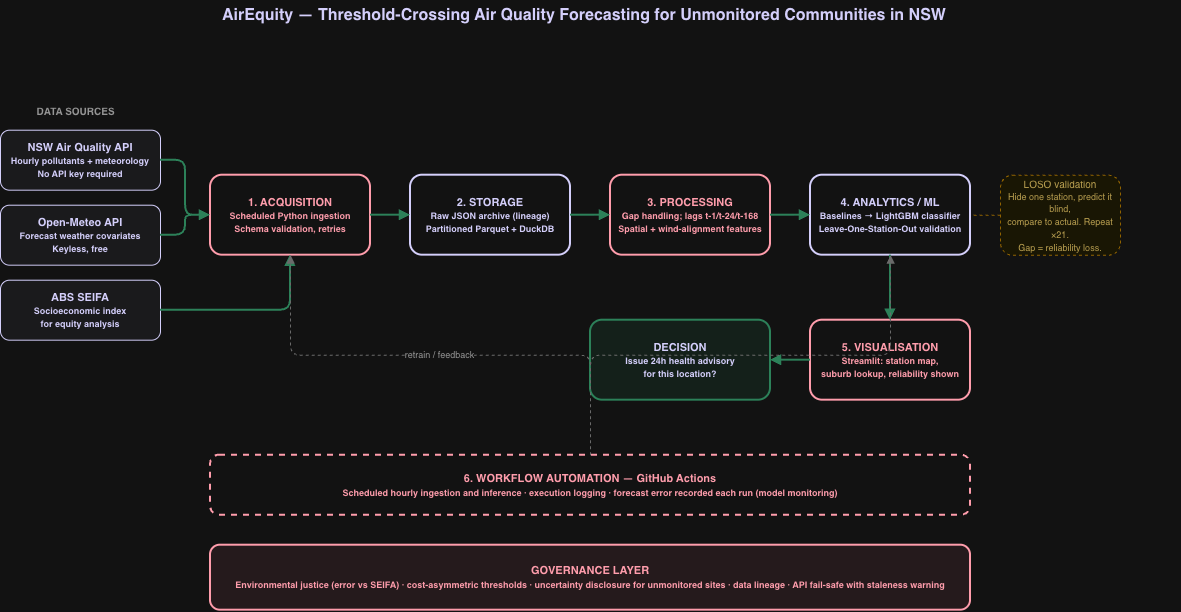
This is diagrams/AirEquity_architecture.png from ahriyad1/airequity-nsw, a draw.io export, as it was before one commit. Source tidied: cells renumbered, new cells last; positions are measured from the earlier drawing's top-left corner, leaving out a move shared by most shapes. Its diagram source:
```xml
<mxGraphModel>
  <root>
    <mxCell id="0" />
    <mxCell id="1" parent="0" />
    <mxCell id="2" value="AirEquity — Threshold-Crossing Air Quality Forecasting for Unmonitored Communities in NSW" style="text;html=1;strokeColor=none;fillColor=none;align=left;verticalAlign=middle;fontSize=16;fontStyle=1;fontColor=#1F1A4D;" parent="1" vertex="1">
      <mxGeometry x="220" width="960" height="30" as="geometry" />
    </mxCell>
    <mxCell id="3" value="DATA SOURCES" style="text;html=1;strokeColor=none;fillColor=none;align=center;verticalAlign=middle;fontSize=10;fontStyle=1;fontColor=#666666;" parent="1" vertex="1">
      <mxGeometry y="100" width="150" height="20" as="geometry" />
    </mxCell>
    <mxCell id="4" value="NSW Air Quality API&#10;&lt;font style=&quot;font-size: 9px;&quot;&gt;Hourly pollutants + meteorology&#10;No API key required&lt;/font&gt;" style="rounded=1;whiteSpace=wrap;html=1;fillColor=#f5f5f8;strokeColor=#1F1A4D;fontColor=#1F1A4D;fontSize=11;fontStyle=1;" parent="1" vertex="1">
      <mxGeometry y="130" width="160" height="60" as="geometry" />
    </mxCell>
    <mxCell id="5" value="Open-Meteo API&#10;&lt;font style=&quot;font-size: 9px;&quot;&gt;Forecast weather covariates&#10;Keyless, free&lt;/font&gt;" style="rounded=1;whiteSpace=wrap;html=1;fillColor=#f5f5f8;strokeColor=#1F1A4D;fontColor=#1F1A4D;fontSize=11;fontStyle=1;" parent="1" vertex="1">
      <mxGeometry y="205" width="160" height="60" as="geometry" />
    </mxCell>
    <mxCell id="6" value="ABS SEIFA&#10;&lt;font style=&quot;font-size: 9px;&quot;&gt;Socioeconomic index&#10;for equity analysis&lt;/font&gt;" style="rounded=1;whiteSpace=wrap;html=1;fillColor=#f5f5f8;strokeColor=#1F1A4D;fontColor=#1F1A4D;fontSize=11;fontStyle=1;" parent="1" vertex="1">
      <mxGeometry y="280" width="160" height="60" as="geometry" />
    </mxCell>
    <mxCell id="7" value="1. ACQUISITION&#10;&lt;font style=&quot;font-size: 9px;&quot;&gt;Scheduled Python ingestion&#10;Schema validation, retries&lt;/font&gt;" style="rounded=1;whiteSpace=wrap;html=1;fillColor=#ffffff;strokeColor=#B01C2E;strokeWidth=2;fontColor=#B01C2E;fontSize=11;fontStyle=1;" parent="1" vertex="1">
      <mxGeometry x="210" y="175" width="160" height="80" as="geometry" />
    </mxCell>
    <mxCell id="8" value="2. STORAGE&#10;&lt;font style=&quot;font-size: 9px;&quot;&gt;Raw JSON archive (lineage)&#10;Partitioned Parquet + DuckDB&lt;/font&gt;" style="rounded=1;whiteSpace=wrap;html=1;fillColor=#ffffff;strokeColor=#1F1A4D;strokeWidth=2;fontColor=#1F1A4D;fontSize=11;fontStyle=1;" parent="1" vertex="1">
      <mxGeometry x="410" y="175" width="160" height="80" as="geometry" />
    </mxCell>
    <mxCell id="9" value="3. PROCESSING&#10;&lt;font style=&quot;font-size: 9px;&quot;&gt;Gap handling; lags t-1/t-24/t-168&#10;Spatial + wind-alignment features&lt;/font&gt;" style="rounded=1;whiteSpace=wrap;html=1;fillColor=#ffffff;strokeColor=#B01C2E;strokeWidth=2;fontColor=#B01C2E;fontSize=11;fontStyle=1;" parent="1" vertex="1">
      <mxGeometry x="610" y="175" width="160" height="80" as="geometry" />
    </mxCell>
    <mxCell id="10" value="4. ANALYTICS / ML&#10;&lt;font style=&quot;font-size: 9px;&quot;&gt;Baselines → LightGBM classifier&#10;Leave-One-Station-Out validation&lt;/font&gt;" style="rounded=1;whiteSpace=wrap;html=1;fillColor=#ffffff;strokeColor=#1F1A4D;strokeWidth=2;fontColor=#1F1A4D;fontSize=11;fontStyle=1;" parent="1" vertex="1">
      <mxGeometry x="810" y="175" width="160" height="80" as="geometry" />
    </mxCell>
    <mxCell id="11" value="5. VISUALISATION&#10;&lt;font style=&quot;font-size: 9px;&quot;&gt;Streamlit: station map,&#10;suburb lookup, reliability shown&lt;/font&gt;" style="rounded=1;whiteSpace=wrap;html=1;fillColor=#ffffff;strokeColor=#B01C2E;strokeWidth=2;fontColor=#B01C2E;fontSize=11;fontStyle=1;" parent="1" vertex="1">
      <mxGeometry x="810" y="320" width="160" height="80" as="geometry" />
    </mxCell>
    <mxCell id="12" value="DECISION&#10;&lt;font style=&quot;font-size: 9px;&quot;&gt;Issue 24h health advisory&#10;for this location?&lt;/font&gt;" style="rounded=1;whiteSpace=wrap;html=1;fillColor=#e8f5ee;strokeColor=#4CAF80;strokeWidth=2;fontColor=#1F1A4D;fontSize=11;fontStyle=1;" parent="1" vertex="1">
      <mxGeometry x="590" y="320" width="180" height="80" as="geometry" />
    </mxCell>
    <mxCell id="13" value="6. WORKFLOW AUTOMATION — GitHub Actions&#10;&lt;font style=&quot;font-size: 9px;&quot;&gt;Scheduled hourly ingestion and inference · execution logging · forecast error recorded each run (model monitoring)&lt;/font&gt;" style="rounded=1;whiteSpace=wrap;html=1;fillColor=#ffffff;strokeColor=#B01C2E;strokeWidth=2;fontColor=#B01C2E;fontSize=11;fontStyle=1;dashed=1;" parent="1" vertex="1">
      <mxGeometry x="210" y="455" width="760" height="60" as="geometry" />
    </mxCell>
    <mxCell id="14" value="GOVERNANCE LAYER&#10;&lt;font style=&quot;font-size: 9px;&quot;&gt;Environmental justice (error vs SEIFA) · cost-asymmetric thresholds · uncertainty disclosure for unmonitored sites · data lineage · API fail-safe with staleness warning&lt;/font&gt;" style="rounded=1;whiteSpace=wrap;html=1;fillColor=#fdf0f2;strokeColor=#B01C2E;strokeWidth=2;fontColor=#B01C2E;fontSize=11;fontStyle=1;" parent="1" vertex="1">
      <mxGeometry x="210" y="545" width="760" height="65" as="geometry" />
    </mxCell>
    <mxCell id="15" value="LOSO validation&#10;&lt;font style=&quot;font-size: 9px;&quot;&gt;Hide one station, predict it blind,&#10;compare to actual. Repeat ×21.&#10;Gap = reliability loss.&lt;/font&gt;" style="rounded=1;whiteSpace=wrap;html=1;fillColor=#fffbe6;strokeColor=#D6A100;fontColor=#7a5c00;fontSize=10;dashed=1;" parent="1" vertex="1">
      <mxGeometry x="1000" y="175" width="120" height="80" as="geometry" />
    </mxCell>
    <mxCell id="16" style="edgeStyle=orthogonalEdgeStyle;rounded=1;html=1;strokeColor=#4CAF80;strokeWidth=2;endArrow=block;" parent="1" edge="1" source="4" target="7">
      <mxGeometry relative="1" as="geometry" />
    </mxCell>
    <mxCell id="17" style="edgeStyle=orthogonalEdgeStyle;rounded=1;html=1;strokeColor=#4CAF80;strokeWidth=2;endArrow=block;" parent="1" edge="1" source="5" target="7">
      <mxGeometry relative="1" as="geometry" />
    </mxCell>
    <mxCell id="18" style="edgeStyle=orthogonalEdgeStyle;rounded=1;html=1;strokeColor=#4CAF80;strokeWidth=2;endArrow=block;" parent="1" edge="1" source="6" target="7">
      <mxGeometry relative="1" as="geometry" />
    </mxCell>
    <mxCell id="19" style="edgeStyle=orthogonalEdgeStyle;rounded=1;html=1;strokeColor=#4CAF80;strokeWidth=2;endArrow=block;" parent="1" edge="1" source="7" target="8">
      <mxGeometry relative="1" as="geometry" />
    </mxCell>
    <mxCell id="20" style="edgeStyle=orthogonalEdgeStyle;rounded=1;html=1;strokeColor=#4CAF80;strokeWidth=2;endArrow=block;" parent="1" edge="1" source="8" target="9">
      <mxGeometry relative="1" as="geometry" />
    </mxCell>
    <mxCell id="21" style="edgeStyle=orthogonalEdgeStyle;rounded=1;html=1;strokeColor=#4CAF80;strokeWidth=2;endArrow=block;" parent="1" edge="1" source="9" target="10">
      <mxGeometry relative="1" as="geometry" />
    </mxCell>
    <mxCell id="22" style="edgeStyle=orthogonalEdgeStyle;rounded=1;html=1;strokeColor=#4CAF80;strokeWidth=2;endArrow=block;" parent="1" edge="1" source="10" target="11">
      <mxGeometry relative="1" as="geometry" />
    </mxCell>
    <mxCell id="23" style="edgeStyle=orthogonalEdgeStyle;rounded=1;html=1;strokeColor=#4CAF80;strokeWidth=2;endArrow=block;" parent="1" edge="1" source="11" target="12">
      <mxGeometry relative="1" as="geometry" />
    </mxCell>
    <mxCell id="24" value="retrain / feedback" style="edgeStyle=orthogonalEdgeStyle;rounded=1;html=1;strokeColor=#999999;strokeWidth=1;dashed=1;endArrow=block;fontSize=9;fontColor=#666666;" parent="1" edge="1" source="13" target="7">
      <mxGeometry relative="1" as="geometry" />
    </mxCell>
    <mxCell id="25" style="edgeStyle=orthogonalEdgeStyle;rounded=1;html=1;strokeColor=#999999;strokeWidth=1;dashed=1;endArrow=block;" parent="1" edge="1" source="13" target="10">
      <mxGeometry relative="1" as="geometry" />
    </mxCell>
    <mxCell id="26" style="edgeStyle=orthogonalEdgeStyle;rounded=1;html=1;strokeColor=#D6A100;strokeWidth=1;dashed=1;endArrow=none;" parent="1" edge="1" source="15" target="10">
      <mxGeometry relative="1" as="geometry" />
    </mxCell>
  </root>
</mxGraphModel>
```
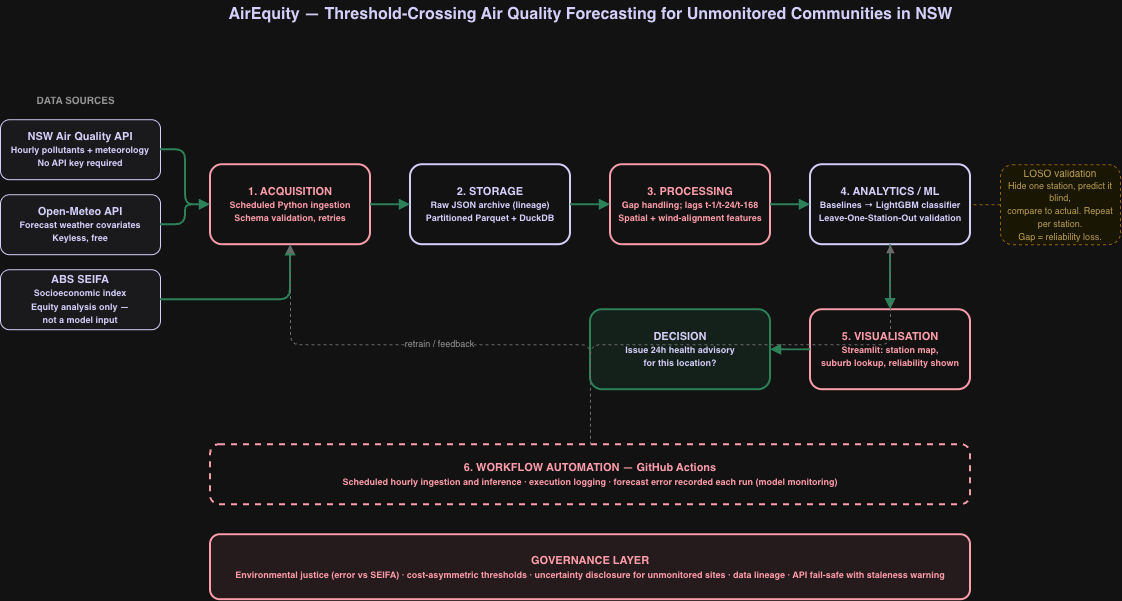
The same file after the commit.

Commit message:
Update architecture diagram with component owners; add exported PNG

Diff of the diagram source:
```diff
@@ -2,8 +2,8 @@
   <root>
     <mxCell id="0" />
     <mxCell id="1" parent="0" />
-    <mxCell id="2" value="AirEquity — Threshold-Crossing Air Quality Forecasting for Unmonitored Communities in NSW" style="text;html=1;strokeColor=none;fillColor=none;align=left;verticalAlign=middle;fontSize=16;fontStyle=1;fontColor=#1F1A4D;" parent="1" vertex="1">
-      <mxGeometry x="220" width="960" height="30" as="geometry" />
+    <mxCell id="2" value="AirEquity — Threshold-Crossing Air Quality Forecasting for Unmonitored Communities in NSW" style="text;html=1;strokeColor=none;fillColor=none;align=center;verticalAlign=middle;fontSize=16;fontStyle=1;fontColor=#1F1A4D;" parent="1" vertex="1">
+      <mxGeometry x="110" y="10" width="960" height="30" as="geometry" />
     </mxCell>
     <mxCell id="3" value="DATA SOURCES" style="text;html=1;strokeColor=none;fillColor=none;align=center;verticalAlign=middle;fontSize=10;fontStyle=1;fontColor=#666666;" parent="1" vertex="1">
       <mxGeometry y="100" width="150" height="20" as="geometry" />
@@ -14,7 +14,7 @@
     <mxCell id="5" value="Open-Meteo API&#10;&lt;font style=&quot;font-size: 9px;&quot;&gt;Forecast weather covariates&#10;Keyless, free&lt;/font&gt;" style="rounded=1;whiteSpace=wrap;html=1;fillColor=#f5f5f8;strokeColor=#1F1A4D;fontColor=#1F1A4D;fontSize=11;fontStyle=1;" parent="1" vertex="1">
       <mxGeometry y="205" width="160" height="60" as="geometry" />
     </mxCell>
-    <mxCell id="6" value="ABS SEIFA&#10;&lt;font style=&quot;font-size: 9px;&quot;&gt;Socioeconomic index&#10;for equity analysis&lt;/font&gt;" style="rounded=1;whiteSpace=wrap;html=1;fillColor=#f5f5f8;strokeColor=#1F1A4D;fontColor=#1F1A4D;fontSize=11;fontStyle=1;" parent="1" vertex="1">
+    <mxCell id="6" value="ABS SEIFA&#10;&lt;font style=&quot;font-size: 9px;&quot;&gt;Socioeconomic index&#10;Equity analysis only —&#10;not a model input&lt;/font&gt;" style="rounded=1;whiteSpace=wrap;html=1;fillColor=#f5f5f8;strokeColor=#1F1A4D;fontColor=#1F1A4D;fontSize=11;fontStyle=1;" parent="1" vertex="1">
       <mxGeometry y="280" width="160" height="60" as="geometry" />
     </mxCell>
     <mxCell id="7" value="1. ACQUISITION&#10;&lt;font style=&quot;font-size: 9px;&quot;&gt;Scheduled Python ingestion&#10;Schema validation, retries&lt;/font&gt;" style="rounded=1;whiteSpace=wrap;html=1;fillColor=#ffffff;strokeColor=#B01C2E;strokeWidth=2;fontColor=#B01C2E;fontSize=11;fontStyle=1;" parent="1" vertex="1">
@@ -41,7 +41,7 @@
     <mxCell id="14" value="GOVERNANCE LAYER&#10;&lt;font style=&quot;font-size: 9px;&quot;&gt;Environmental justice (error vs SEIFA) · cost-asymmetric thresholds · uncertainty disclosure for unmonitored sites · data lineage · API fail-safe with staleness warning&lt;/font&gt;" style="rounded=1;whiteSpace=wrap;html=1;fillColor=#fdf0f2;strokeColor=#B01C2E;strokeWidth=2;fontColor=#B01C2E;fontSize=11;fontStyle=1;" parent="1" vertex="1">
       <mxGeometry x="210" y="545" width="760" height="65" as="geometry" />
     </mxCell>
-    <mxCell id="15" value="LOSO validation&#10;&lt;font style=&quot;font-size: 9px;&quot;&gt;Hide one station, predict it blind,&#10;compare to actual. Repeat ×21.&#10;Gap = reliability loss.&lt;/font&gt;" style="rounded=1;whiteSpace=wrap;html=1;fillColor=#fffbe6;strokeColor=#D6A100;fontColor=#7a5c00;fontSize=10;dashed=1;" parent="1" vertex="1">
+    <mxCell id="15" value="LOSO validation&#10;&lt;font style=&quot;font-size: 9px;&quot;&gt;Hide one station, predict it blind,&#10;compare to actual. Repeat per station.&#10;Gap = reliability loss.&lt;/font&gt;" style="rounded=1;whiteSpace=wrap;html=1;fillColor=#fffbe6;strokeColor=#D6A100;fontColor=#7a5c00;fontSize=10;dashed=1;" parent="1" vertex="1">
       <mxGeometry x="1000" y="175" width="120" height="80" as="geometry" />
     </mxCell>
     <mxCell id="16" style="edgeStyle=orthogonalEdgeStyle;rounded=1;html=1;strokeColor=#4CAF80;strokeWidth=2;endArrow=block;" parent="1" edge="1" source="4" target="7">
```
